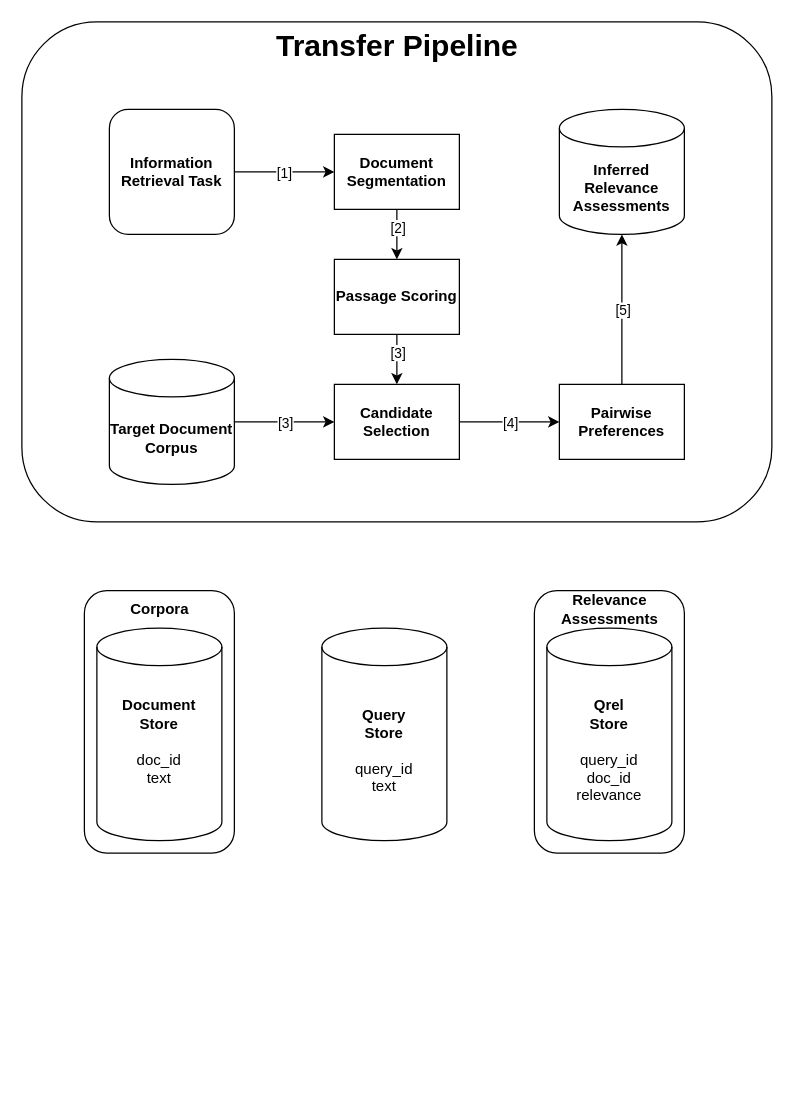
Before: page "general" (2 of 7) of thesis/graphics/drawio/stages.drawio in Integer-Ctrl/thesis-fhofer, a draw.io diagram. Source tidied: cells renumbered, new cells numbered last; positions are measured from the earlier drawing's top-left corner, leaving out a move shared by most shapes. Both pictures are drawn from the tidied source at 125%, with x=0, y=0 at pixel (21, 21).
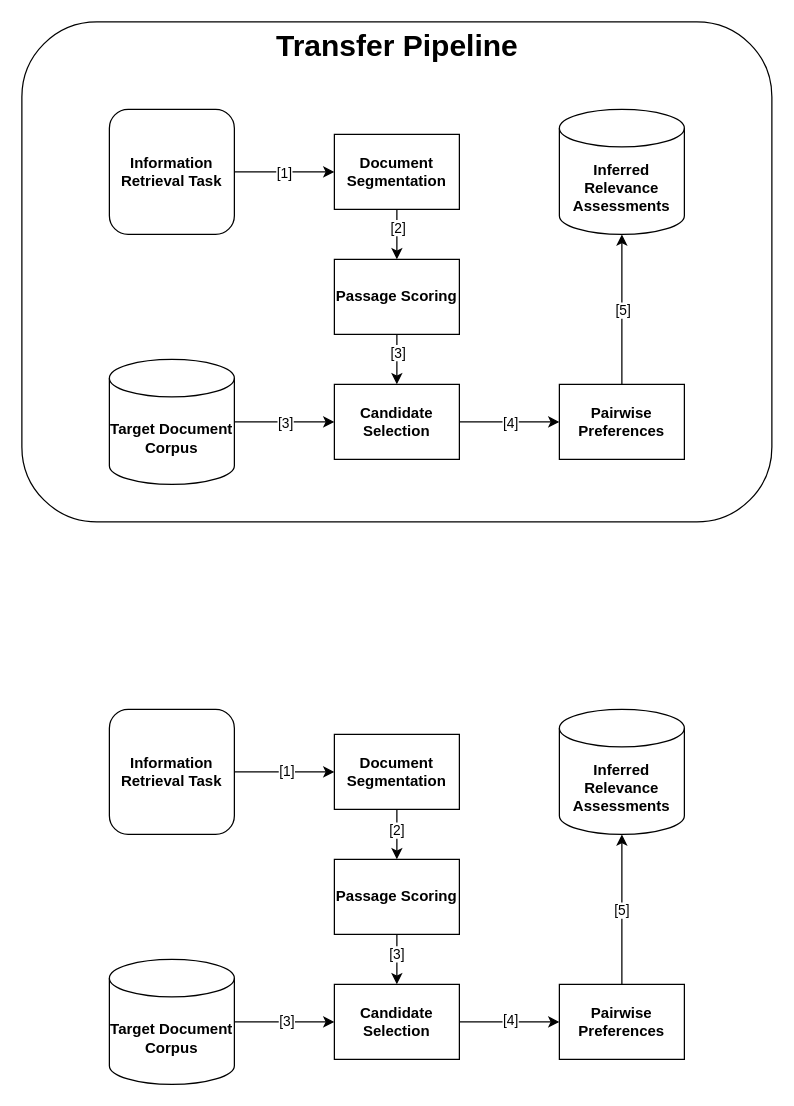
Above is the later version.

What changed in the source:
```diff
@@
-    <mxCell id="3" style="rounded=1;whiteSpace=wrap;html=1;" parent="1" vertex="1">
-      <mxGeometry x="410" y="455" width="120" height="210" as="geometry" />
-    </mxCell>
-    <mxCell id="4" value="Relevance&lt;div&gt;Assessments&lt;/div&gt;" style="text;html=1;align=center;verticalAlign=middle;strokeColor=none;fillColor=none;fontStyle=1;" parent="1" vertex="1">
-      <mxGeometry x="425" y="450" width="90" height="40" as="geometry" />
-    </mxCell>
-    <mxCell id="5" style="rounded=1;whiteSpace=wrap;html=1;" parent="1" vertex="1">
-      <mxGeometry x="50" y="455" width="120" height="210" as="geometry" />
-    </mxCell>
-    <mxCell id="6" value="&lt;b&gt;Document&lt;/b&gt;&lt;div&gt;&lt;b&gt;Store&lt;/b&gt;&lt;/div&gt;&lt;div&gt;&lt;b&gt;&lt;br&gt;&lt;/b&gt;&lt;/div&gt;&lt;div&gt;doc_id&lt;/div&gt;&lt;div&gt;text&lt;/div&gt;&lt;div&gt;&lt;b&gt;&lt;br&gt;&lt;/b&gt;&lt;/div&gt;" style="shape=cylinder3;whiteSpace=wrap;html=1;boundedLbl=1;backgroundOutline=1;size=15;" parent="1" vertex="1">
-      <mxGeometry x="60" y="485" width="100" height="170" as="geometry" />
-    </mxCell>
-    <mxCell id="7" value="&lt;b&gt;Query&lt;/b&gt;&lt;div&gt;&lt;b&gt;Store&lt;/b&gt;&lt;/div&gt;&lt;div&gt;&lt;b&gt;&lt;br&gt;&lt;/b&gt;&lt;/div&gt;&lt;div&gt;query_id&lt;/div&gt;&lt;div&gt;text&lt;/div&gt;" style="shape=cylinder3;whiteSpace=wrap;html=1;boundedLbl=1;backgroundOutline=1;size=15;" parent="1" vertex="1">
-      <mxGeometry x="240" y="485" width="100" height="170" as="geometry" />
-    </mxCell>
-    <mxCell id="8" value="&lt;b&gt;Qrel&lt;/b&gt;&lt;div&gt;&lt;b&gt;Store&lt;/b&gt;&lt;/div&gt;&lt;div&gt;&lt;b&gt;&lt;br&gt;&lt;/b&gt;&lt;/div&gt;&lt;div&gt;query_id&lt;/div&gt;&lt;div&gt;doc_id&lt;/div&gt;&lt;div&gt;relevance&lt;/div&gt;" style="shape=cylinder3;whiteSpace=wrap;html=1;boundedLbl=1;backgroundOutline=1;size=15;" parent="1" vertex="1">
-      <mxGeometry x="420" y="485" width="100" height="170" as="geometry" />
-    </mxCell>
-    <mxCell id="9" value="Corpora" style="text;html=1;align=center;verticalAlign=middle;strokeColor=none;fillColor=none;fontStyle=1;" parent="1" vertex="1">
-      <mxGeometry x="75" y="455" width="70" height="30" as="geometry" />
-    </mxCell>
@@
+    <mxCell id="30" style="edgeStyle=orthogonalEdgeStyle;rounded=0;jettySize=auto;html=1;exitX=0.5;exitY=1;exitDx=0;exitDy=0;" parent="1" edge="1" source="32" target="35">
+      <mxGeometry relative="1" as="geometry" />
+    </mxCell>
+    <mxCell id="31" value="[2]" style="edgeLabel;html=1;align=center;verticalAlign=middle;" parent="30" vertex="1">
+      <mxGeometry x="-0.32" y="-2" relative="1" as="geometry">
+        <mxPoint x="1" y="2" as="offset" />
+      </mxGeometry>
+    </mxCell>
+    <mxCell id="32" value="&lt;b&gt;Document Segmentation&lt;/b&gt;" style="rounded=0;whiteSpace=wrap;html=1;" parent="1" vertex="1">
+      <mxGeometry x="250" y="570" width="100" height="60" as="geometry" />
+    </mxCell>
+    <mxCell id="33" style="edgeStyle=orthogonalEdgeStyle;rounded=0;jettySize=auto;html=1;exitX=0.5;exitY=1;exitDx=0;exitDy=0;entryX=0.5;entryY=0;entryDx=0;entryDy=0;" parent="1" edge="1" source="35" target="38">
+      <mxGeometry relative="1" as="geometry" />
+    </mxCell>
+    <mxCell id="34" value="[3]" style="edgeLabel;html=1;align=center;verticalAlign=middle;" parent="33" vertex="1">
+      <mxGeometry x="-0.28" relative="1" as="geometry">
+        <mxPoint x="-1" y="1" as="offset" />
+      </mxGeometry>
+    </mxCell>
+    <mxCell id="35" value="&lt;b&gt;Passage Scoring&lt;/b&gt;" style="rounded=0;whiteSpace=wrap;html=1;" parent="1" vertex="1">
+      <mxGeometry x="250" y="670" width="100" height="60" as="geometry" />
+    </mxCell>
+    <mxCell id="36" style="edgeStyle=orthogonalEdgeStyle;rounded=0;jettySize=auto;html=1;exitX=1;exitY=0.5;exitDx=0;exitDy=0;entryX=0;entryY=0.5;entryDx=0;entryDy=0;" parent="1" edge="1" source="38" target="39">
+      <mxGeometry relative="1" as="geometry" />
+    </mxCell>
+    <mxCell id="37" value="[4]" style="edgeLabel;html=1;align=center;verticalAlign=middle;" parent="36" vertex="1">
+      <mxGeometry x="0.03" relative="1" as="geometry">
+        <mxPoint x="-1" y="-2" as="offset" />
+      </mxGeometry>
+    </mxCell>
+    <mxCell id="38" value="&lt;b&gt;Candidate Selection&lt;/b&gt;" style="rounded=0;whiteSpace=wrap;html=1;" parent="1" vertex="1">
+      <mxGeometry x="250" y="770" width="100" height="60" as="geometry" />
+    </mxCell>
+    <mxCell id="39" value="&lt;b&gt;Pairwise Preferences&lt;/b&gt;" style="rounded=0;whiteSpace=wrap;html=1;" parent="1" vertex="1">
+      <mxGeometry x="430" y="770" width="100" height="60" as="geometry" />
+    </mxCell>
+    <mxCell id="40" style="edgeStyle=orthogonalEdgeStyle;rounded=0;jettySize=auto;html=1;exitX=1;exitY=0.5;exitDx=0;exitDy=0;exitPerimeter=0;" parent="1" edge="1" source="42" target="38">
+      <mxGeometry relative="1" as="geometry" />
+    </mxCell>
+    <mxCell id="41" value="[3]" style="edgeLabel;html=1;align=center;verticalAlign=middle;" parent="40" vertex="1">
+      <mxGeometry x="0.04" relative="1" as="geometry">
+        <mxPoint x="-1" y="-1" as="offset" />
+      </mxGeometry>
+    </mxCell>
+    <mxCell id="42" value="&lt;b&gt;Target Document Corpus&lt;/b&gt;" style="shape=cylinder3;whiteSpace=wrap;html=1;boundedLbl=1;backgroundOutline=1;size=15;" parent="1" vertex="1">
+      <mxGeometry x="70" y="750" width="100" height="100" as="geometry" />
+    </mxCell>
+    <mxCell id="43" style="edgeStyle=orthogonalEdgeStyle;rounded=0;jettySize=auto;html=1;exitX=1;exitY=0.5;exitDx=0;exitDy=0;" parent="1" edge="1" source="45" target="32">
+      <mxGeometry relative="1" as="geometry" />
+    </mxCell>
+    <mxCell id="44" value="[1]" style="edgeLabel;html=1;align=center;verticalAlign=middle;" parent="43" vertex="1">
+      <mxGeometry x="0.04" relative="1" as="geometry">
+        <mxPoint x="-1" y="-1" as="offset" />
+      </mxGeometry>
+    </mxCell>
+    <mxCell id="45" value="&lt;b&gt;Information&lt;/b&gt;&lt;div&gt;&lt;b&gt;Retrieval Task&lt;/b&gt;&lt;/div&gt;" style="rounded=1;whiteSpace=wrap;html=1;" parent="1" vertex="1">
+      <mxGeometry x="70" y="550" width="100" height="100" as="geometry" />
+    </mxCell>
+    <mxCell id="46" value="&lt;b&gt;Inferred Relevance Assessments&lt;/b&gt;" style="shape=cylinder3;whiteSpace=wrap;html=1;boundedLbl=1;backgroundOutline=1;size=15;" parent="1" vertex="1">
+      <mxGeometry x="430" y="550" width="100" height="100" as="geometry" />
+    </mxCell>
+    <mxCell id="47" style="edgeStyle=orthogonalEdgeStyle;rounded=0;jettySize=auto;html=1;exitX=0.5;exitY=0;exitDx=0;exitDy=0;entryX=0.5;entryY=1;entryDx=0;entryDy=0;entryPerimeter=0;" parent="1" edge="1" source="39" target="46">
+      <mxGeometry relative="1" as="geometry" />
+    </mxCell>
+    <mxCell id="48" value="[5]" style="edgeLabel;html=1;align=center;verticalAlign=middle;" parent="47" vertex="1">
+      <mxGeometry x="0.23" y="1" relative="1" as="geometry">
+        <mxPoint y="14" as="offset" />
+      </mxGeometry>
+    </mxCell>
```
